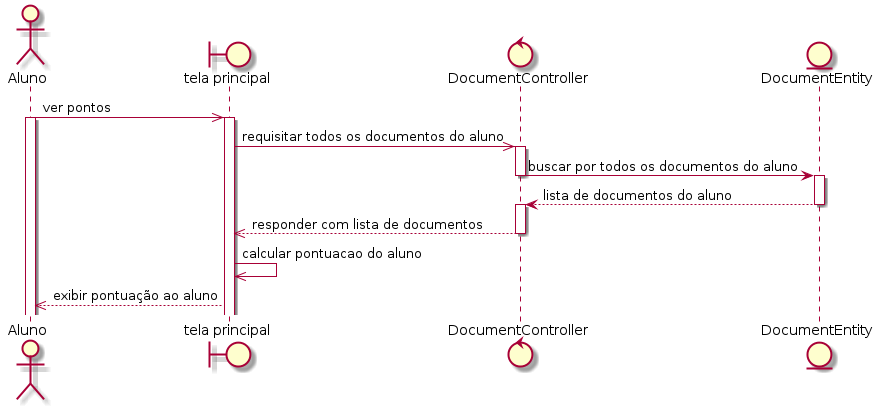
Above: out/sequence/student/student.pontuation/student.pontuation.png in rodrigoRolim/CAdiagrams (PlantUML), before the change. Source of this version:
```plantuml
@startuml
actor Aluno
boundary "tela principal" as home
control DocumentController as controller
entity DocumentEntity as model

Aluno ->> home: ver pontos
activate Aluno
activate home
home ->> controller: requisitar todos os documentos do aluno
activate controller
controller -> model: buscar por todos os documentos do aluno
deactivate controller
activate model
model --> controller: lista de documentos do aluno
deactivate model
activate controller
controller -->> home: responder com lista de documentos
deactivate controller
home ->> home: calcular pontuacao do aluno
home -->> Aluno: exibir pontuação ao aluno
@enduml
```
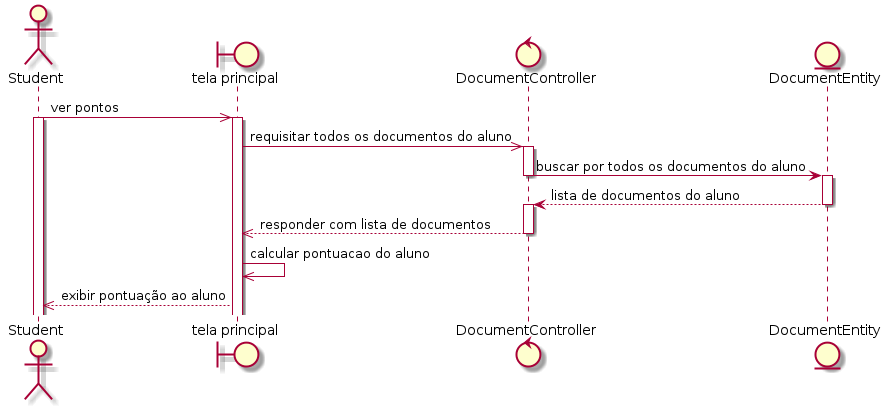
The same diagram one commit later.

What changed in the source:
```diff
@@ -1,11 +1,11 @@
 @startuml
-actor Aluno
+actor Student
 boundary "tela principal" as home
 control DocumentController as controller
 entity DocumentEntity as model
 
-Aluno ->> home: ver pontos
-activate Aluno
+Student ->> home: ver pontos
+activate Student
 activate home
 home ->> controller: requisitar todos os documentos do aluno
 activate controller
@@ -18,5 +18,5 @@
 controller -->> home: responder com lista de documentos
 deactivate controller
 home ->> home: calcular pontuacao do aluno
-home -->> Aluno: exibir pontuação ao aluno
+home -->> Student: exibir pontuação ao aluno
 @enduml
```
